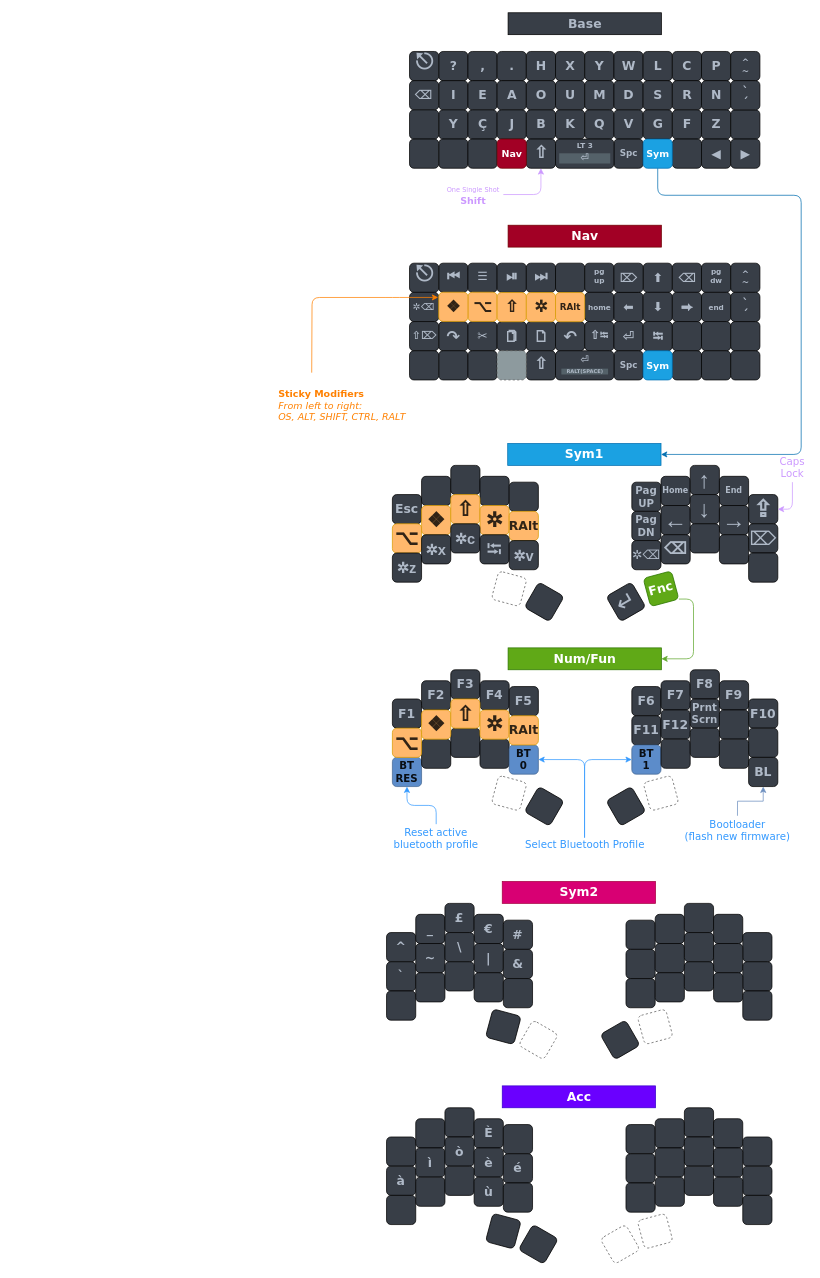
Earlier version of the draw.io diagram Keyboards/diagram/CSTC40 - QWERTY.drawio (DropDeadAlex/sys-customs). Source tidied: cells renumbered, new cells numbered last; positions are measured from the earlier drawing's top-left corner, leaving out a move shared by most shapes. Both pictures are drawn from the tidied source at 73%, with x=0, y=0 at pixel (277, 12).
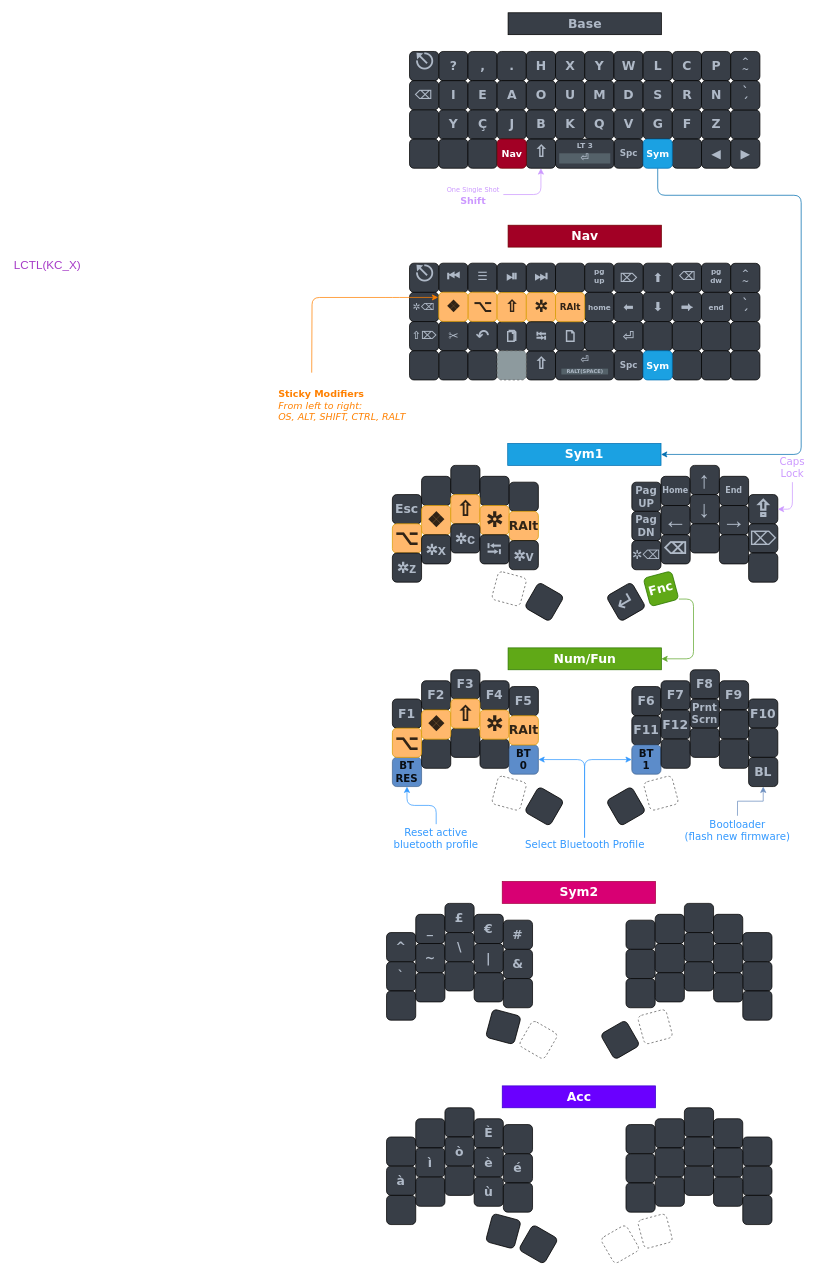
Above is the later version.

Change to the diagram source:
```diff
@@
-    <mxCell id="171" value="&lt;span style=&quot;font-family: &amp;quot;segoe ui emoji&amp;quot;, &amp;quot;apple color emoji&amp;quot;, &amp;quot;noto color emoji&amp;quot;; font-size: 23px;&quot;&gt;&lt;font style=&quot;font-size: 23px;&quot;&gt;⇧&lt;/font&gt;&lt;/span&gt;" style="whiteSpace=wrap;html=1;rotation=0;fontSize=23;fontFamily=Verdana;fontStyle=1;fontColor=#AFB9C7;fillColor=#383E47;rounded=1;spacingBottom=4;" parent="1" vertex="1">
+    <mxCell id="171" value="&lt;span style=&quot;font-family: &amp;quot;segoe ui emoji&amp;quot;, &amp;quot;apple color emoji&amp;quot;, &amp;quot;noto color emoji&amp;quot;; font-size: 22px;&quot;&gt;&lt;font style=&quot;font-size: 22px;&quot;&gt;⇧&lt;/font&gt;&lt;/span&gt;" style="whiteSpace=wrap;html=1;rotation=0;fontSize=22;fontFamily=Verdana;fontStyle=1;fontColor=#AFB9C7;fillColor=#383E47;rounded=1;spacingBottom=4;" parent="1" vertex="1">
       <mxGeometry x="341.5" y="173" width="40" height="40" as="geometry" />
     </mxCell>
@@
-    <mxCell id="197" value="&lt;p style=&quot;line-height: 100%; font-size: 12px;&quot;&gt;^&lt;br style=&quot;font-size: 12px;&quot;&gt;~&lt;/p&gt;" style="whiteSpace=wrap;html=1;fontSize=12;fontFamily=Verdana;fontStyle=1;fontColor=#AFB9C7;fillColor=#383E47;rounded=1;" parent="1" vertex="1">
+    <mxCell id="197" value="&lt;p style=&quot;line-height: 90%; font-size: 12px;&quot;&gt;^&lt;br style=&quot;font-size: 12px;&quot;&gt;~&lt;/p&gt;" style="whiteSpace=wrap;html=1;fontSize=12;fontFamily=Verdana;fontStyle=1;fontColor=#AFB9C7;fillColor=#383E47;rounded=1;spacingTop=-2;" parent="1" vertex="1">
       <mxGeometry x="621.5" y="53" width="40" height="40" as="geometry" />
     </mxCell>
@@
-    <mxCell id="209" value="↷" style="whiteSpace=wrap;html=1;fontSize=22;fontFamily=Verdana;fontStyle=1;fontColor=#AFB9C7;fillColor=#383E47;rounded=1;spacingBottom=-1;" parent="1" vertex="1">
-      <mxGeometry x="221.5" y="423" width="40" height="40" as="geometry" />
-    </mxCell>
     <mxCell id="210" value="✂" style="whiteSpace=wrap;html=1;fontSize=17;fontFamily=Verdana;fontStyle=1;fontColor=#AFB9C7;fillColor=#383E47;rounded=1;" parent="1" vertex="1">
-      <mxGeometry x="261.5" y="423" width="40" height="40" as="geometry" />
+      <mxGeometry x="221.5" y="422.7" width="40" height="40" as="geometry" />
     </mxCell>
@@
     <mxCell id="212" style="whiteSpace=wrap;html=1;fontSize=17;fontFamily=Verdana;fontStyle=1;fontColor=#AFB9C7;fillColor=#383E47;rounded=1;" parent="1" vertex="1">
-      <mxGeometry x="341.5" y="423" width="40" height="40" as="geometry" />
+      <mxGeometry x="381.5" y="423" width="40" height="40" as="geometry" />
     </mxCell>
     <mxCell id="213" value="↶" style="whiteSpace=wrap;html=1;fontSize=22;fontFamily=Verdana;fontStyle=1;fontColor=#AFB9C7;fillColor=#383E47;rounded=1;spacingBottom=-1;" parent="1" vertex="1">
-      <mxGeometry x="381.5" y="423" width="40" height="40" as="geometry" />
+      <mxGeometry x="261.5" y="422.7" width="40" height="40" as="geometry" />
     </mxCell>
@@
-    <mxCell id="217" value="⌫" style="whiteSpace=wrap;html=1;fontSize=17;fontFamily=Verdana;fontStyle=1;fontColor=#AFB9C7;fillColor=#383E47;rounded=1;" parent="1" vertex="1">
+    <mxCell id="217" value="⌫" style="whiteSpace=wrap;html=1;fontSize=16;fontFamily=Verdana;fontStyle=1;fontColor=#AFB9C7;fillColor=#383E47;rounded=1;spacingTop=-4;" parent="1" vertex="1">
       <mxGeometry x="541.5" y="343" width="40" height="40" as="geometry" />
     </mxCell>
@@
-    <mxCell id="224" value="&lt;span style=&quot;font-family: &amp;quot;segoe ui emoji&amp;quot;, &amp;quot;apple color emoji&amp;quot;, &amp;quot;noto color emoji&amp;quot;;&quot;&gt;&lt;font style=&quot;font-size: 16px;&quot;&gt;⇧&lt;/font&gt;&lt;/span&gt;⭾" style="whiteSpace=wrap;html=1;fontSize=15;fontFamily=Verdana;fontStyle=1;fontColor=#AFB9C7;fillColor=#383E47;rounded=1;spacingTop=-3;spacingLeft=-1;" parent="1" vertex="1">
+    <mxCell id="224" style="whiteSpace=wrap;html=1;fontSize=15;fontFamily=Verdana;fontStyle=1;fontColor=#AFB9C7;fillColor=#383E47;rounded=1;spacingTop=-3;spacingLeft=-1;" parent="1" vertex="1">
       <mxGeometry x="421.5" y="423" width="40" height="40" as="geometry" />
     </mxCell>
@@
-    <mxCell id="226" value="⭾" style="whiteSpace=wrap;html=1;fontSize=19;fontFamily=Verdana;fontStyle=1;fontColor=#AFB9C7;fillColor=#383E47;rounded=1;" parent="1" vertex="1">
+    <mxCell id="226" style="whiteSpace=wrap;html=1;fontSize=19;fontFamily=Verdana;fontStyle=1;fontColor=#AFB9C7;fillColor=#383E47;rounded=1;" parent="1" vertex="1">
       <mxGeometry x="501.5" y="423" width="40" height="40" as="geometry" />
     </mxCell>
@@
-    <mxCell id="238" value="&lt;p style=&quot;line-height: 100%; font-size: 12px;&quot;&gt;^&lt;br style=&quot;font-size: 12px;&quot;&gt;~&lt;/p&gt;" style="whiteSpace=wrap;html=1;fontSize=12;fontFamily=Verdana;fontStyle=1;fontColor=#AFB9C7;fillColor=#383E47;rounded=1;" parent="1" vertex="1">
-      <mxGeometry x="621.5" y="343" width="40" height="40" as="geometry" />
-    </mxCell>
@@
     <mxCell id="243" style="html=1;verticalLabelPosition=bottom;align=center;labelBackgroundColor=#ffffff;verticalAlign=top;strokeWidth=2;strokeColor=#AFB9C7;shadow=0;dashed=0;shape=mxgraph.ios7.icons.document;rounded=1;glass=0;sketch=0;fillStyle=solid;fontSize=5;fontColor=#A63AC7;fillColor=none;" parent="1" vertex="1">
-      <mxGeometry x="356.6" y="435.5" width="10.2" height="14.5" as="geometry" />
+      <mxGeometry x="396.6" y="435.5" width="10.2" height="14.5" as="geometry" />
     </mxCell>
@@
+    <mxCell id="238" value="&lt;p style=&quot;line-height: 90%; font-size: 12px;&quot;&gt;^&lt;br style=&quot;font-size: 12px;&quot;&gt;~&lt;/p&gt;" style="whiteSpace=wrap;html=1;fontSize=12;fontFamily=Verdana;fontStyle=1;fontColor=#AFB9C7;fillColor=#383E47;rounded=1;spacingTop=-2;" parent="1" vertex="1">
+      <mxGeometry x="621.5" y="343.2" width="40" height="40" as="geometry" />
+    </mxCell>
+    <mxCell id="256" value="LCTL(KC_X)" style="text;whiteSpace=wrap;html=1;fontSize=16;fontColor=#A63AC7;" parent="1" vertex="1">
+      <mxGeometry x="-362" y="330" width="130" height="40" as="geometry" />
+    </mxCell>
+    <mxCell id="257" value="⭾" style="whiteSpace=wrap;html=1;fontSize=19;fontFamily=Verdana;fontStyle=1;fontColor=#AFB9C7;fillColor=#383E47;rounded=1;" parent="1" vertex="1">
+      <mxGeometry x="341.5" y="423.2" width="40" height="40" as="geometry" />
+    </mxCell>
```
